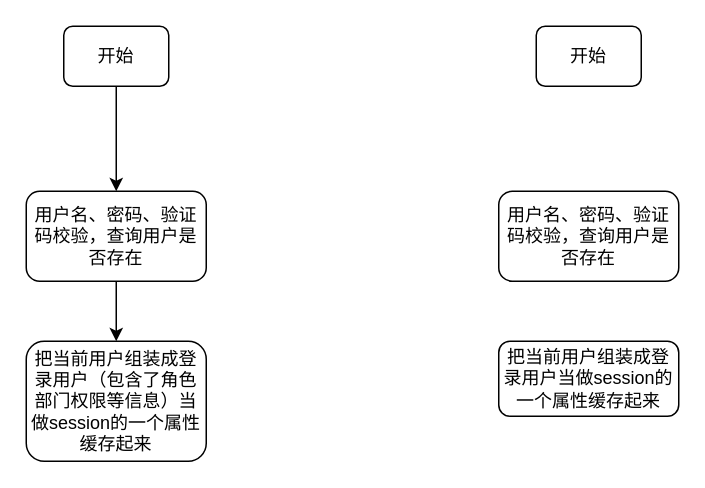
meijinwu/flow-chart keeps this draw.io diagram as zk-login.drawio. Above is the earlier version. Source tidied: cells renumbered, new cells numbered last; positions are measured from the earlier drawing's top-left corner, leaving out a move shared by most shapes. Both pictures are drawn from the tidied source at 150%, with x=0, y=0 at pixel (26, 26).
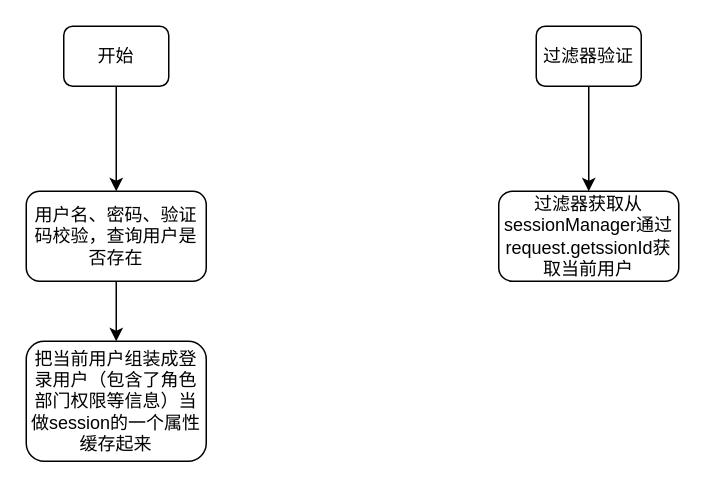
After the change.

The edit, as a diff of the source:
```diff
@@
 <mxGraphModel>
   <root>
     <mxCell id="0" />
     <mxCell id="1" parent="0" />
     <mxCell id="2" style="edgeStyle=orthogonalEdgeStyle;rounded=0;jettySize=auto;html=1;" parent="1" edge="1" source="3" target="5">
       <mxGeometry relative="1" as="geometry" />
     </mxCell>
     <mxCell id="3" value="开始" style="rounded=1;whiteSpace=wrap;html=1;" parent="1" vertex="1">
       <mxGeometry x="25" width="70" height="40" as="geometry" />
     </mxCell>
     <mxCell id="4" style="edgeStyle=orthogonalEdgeStyle;rounded=0;jettySize=auto;html=1;" parent="1" edge="1" source="5" target="6">
       <mxGeometry relative="1" as="geometry" />
     </mxCell>
     <mxCell id="5" value="用户名、密码、验证码校验，查询用户是否存在" style="whiteSpace=wrap;html=1;rounded=1;" parent="1" vertex="1">
       <mxGeometry y="110" width="120" height="60" as="geometry" />
     </mxCell>
     <mxCell id="6" value="把当前用户组装成登录用户（包含了角色部门权限等信息）当做session的一个属性缓存起来" style="whiteSpace=wrap;html=1;rounded=1;" parent="1" vertex="1">
       <mxGeometry y="210" width="120" height="80" as="geometry" />
     </mxCell>
+    <mxCell id="10" style="edgeStyle=orthogonalEdgeStyle;rounded=0;jettySize=auto;html=1;" parent="1" edge="1" source="7" target="8">
+      <mxGeometry relative="1" as="geometry" />
+    </mxCell>
-    <mxCell id="7" value="开始" style="rounded=1;whiteSpace=wrap;html=1;" parent="1" vertex="1">
+    <mxCell id="7" value="过滤器验证" style="rounded=1;whiteSpace=wrap;html=1;" parent="1" vertex="1">
       <mxGeometry x="340" width="70" height="40" as="geometry" />
     </mxCell>
-    <mxCell id="8" value="用户名、密码、验证码校验，查询用户是否存在" style="whiteSpace=wrap;html=1;rounded=1;" parent="1" vertex="1">
+    <mxCell id="8" value="过滤器获取从sessionManager通过request.getssionId获取当前用户" style="whiteSpace=wrap;html=1;rounded=1;" parent="1" vertex="1">
       <mxGeometry x="315" y="110" width="120" height="60" as="geometry" />
     </mxCell>
-    <mxCell id="9" value="把当前用户组装成登录用户当做session的一个属性缓存起来" style="whiteSpace=wrap;html=1;rounded=1;" parent="1" vertex="1">
-      <mxGeometry x="315" y="210" width="120" height="50" as="geometry" />
-    </mxCell>
   </root>
 </mxGraphModel>
```
